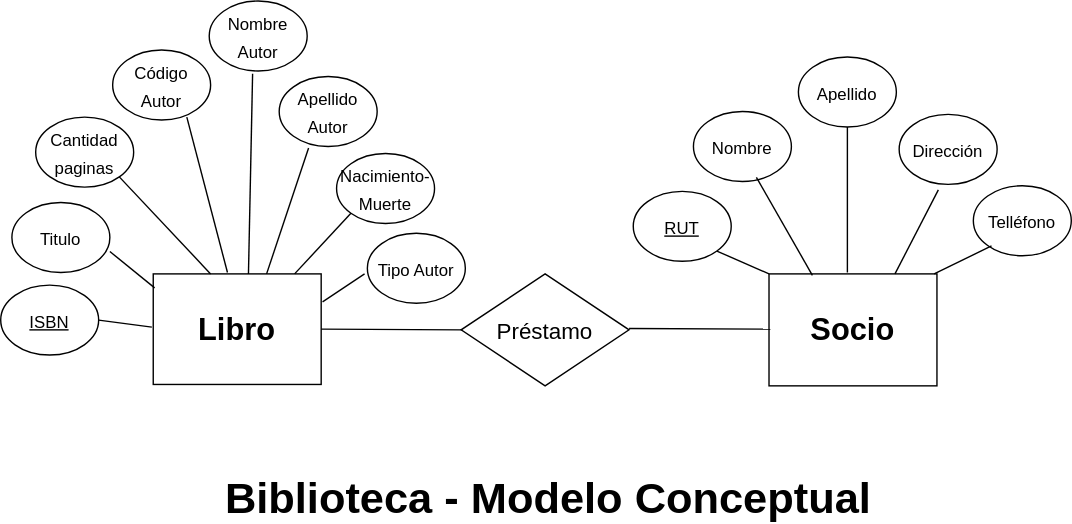
Before: Modelo_conceptual.drawio.svg, a diagram exported from draw.io (marcelomolinamartinez/prueba_biblioteca). Source tidied: cells renumbered, new cells last; positions are measured from the earlier drawing's top-left corner, leaving out a move shared by most shapes. Source of this version:
```xml
<mxGraphModel>
  <root>
    <mxCell id="0" />
    <mxCell id="1" parent="0" />
    <mxCell id="2" value="&lt;h1&gt;&lt;font style=&quot;font-size: 22px&quot;&gt;Libro&lt;/font&gt;&lt;/h1&gt;" style="rounded=0;whiteSpace=wrap;html=1;" parent="1" vertex="1">
      <mxGeometry x="109" y="195" width="120" height="79" as="geometry" />
    </mxCell>
    <mxCell id="3" value="&lt;h1&gt;&lt;font style=&quot;font-size: 22px&quot;&gt;Socio&lt;/font&gt;&lt;/h1&gt;" style="rounded=0;whiteSpace=wrap;html=1;" parent="1" vertex="1">
      <mxGeometry x="549" y="195" width="120" height="80" as="geometry" />
    </mxCell>
    <mxCell id="4" value="&lt;font style=&quot;font-size: 16px&quot;&gt;Préstamo&lt;/font&gt;" style="rhombus;whiteSpace=wrap;html=1;fontSize=22;" parent="1" vertex="1">
      <mxGeometry x="329" y="195" width="120" height="80" as="geometry" />
    </mxCell>
    <mxCell id="5" style="endArrow=none;html=1;rounded=0;fontSize=16;exitX=1;exitY=0.5;exitDx=0;exitDy=0;" parent="1" edge="1" source="2">
      <mxGeometry relative="1" as="geometry">
        <mxPoint x="330" y="235" as="targetPoint" />
      </mxGeometry>
    </mxCell>
    <mxCell id="6" style="endArrow=none;html=1;rounded=0;fontSize=16;exitX=1;exitY=0.5;exitDx=0;exitDy=0;" parent="1" edge="1">
      <mxGeometry relative="1" as="geometry">
        <mxPoint x="449" y="234" as="sourcePoint" />
        <mxPoint x="550" y="234.5" as="targetPoint" />
      </mxGeometry>
    </mxCell>
    <mxCell id="7" value="&lt;u&gt;&lt;font style=&quot;font-size: 12px&quot;&gt;ISBN&lt;/font&gt;&lt;/u&gt;" style="ellipse;whiteSpace=wrap;html=1;fontSize=16;" parent="1" vertex="1">
      <mxGeometry y="203" width="70" height="50" as="geometry" />
    </mxCell>
    <mxCell id="8" value="&lt;font style=&quot;font-size: 12px&quot;&gt;Nombre Autor&lt;/font&gt;" style="ellipse;whiteSpace=wrap;html=1;fontSize=16;" parent="1" vertex="1">
      <mxGeometry x="149" width="70" height="50" as="geometry" />
    </mxCell>
    <mxCell id="9" value="&lt;font style=&quot;font-size: 12px&quot;&gt;Código Autor&lt;/font&gt;" style="ellipse;whiteSpace=wrap;html=1;fontSize=16;" parent="1" vertex="1">
      <mxGeometry x="80" y="35" width="70" height="50" as="geometry" />
    </mxCell>
    <mxCell id="10" style="edgeStyle=orthogonalEdgeStyle;rounded=0;orthogonalLoop=1;jettySize=auto;html=1;exitX=0.5;exitY=1;exitDx=0;exitDy=0;fontSize=12;" parent="1" edge="1">
      <mxGeometry relative="1" as="geometry">
        <mxPoint x="235" y="115" as="sourcePoint" />
        <mxPoint x="235" y="115" as="targetPoint" />
      </mxGeometry>
    </mxCell>
    <mxCell id="11" value="&lt;font style=&quot;font-size: 12px&quot;&gt;Titulo&lt;/font&gt;" style="ellipse;whiteSpace=wrap;html=1;fontSize=16;" parent="1" vertex="1">
      <mxGeometry x="8" y="144" width="70" height="50" as="geometry" />
    </mxCell>
    <mxCell id="12" value="&lt;font style=&quot;font-size: 12px&quot;&gt;Cantidad paginas&lt;/font&gt;" style="ellipse;whiteSpace=wrap;html=1;fontSize=16;" parent="1" vertex="1">
      <mxGeometry x="25" y="83" width="70" height="50" as="geometry" />
    </mxCell>
    <mxCell id="13" value="&lt;font style=&quot;font-size: 12px&quot;&gt;Apellido Autor&lt;/font&gt;" style="ellipse;whiteSpace=wrap;html=1;fontSize=16;" parent="1" vertex="1">
      <mxGeometry x="199" y="54" width="70" height="50" as="geometry" />
    </mxCell>
    <mxCell id="14" value="&lt;font style=&quot;font-size: 12px&quot;&gt;Nacimiento-Muerte&lt;/font&gt;" style="ellipse;whiteSpace=wrap;html=1;fontSize=16;" parent="1" vertex="1">
      <mxGeometry x="240" y="109" width="70" height="50" as="geometry" />
    </mxCell>
    <mxCell id="15" value="&lt;font style=&quot;font-size: 12px&quot;&gt;Tipo Autor&lt;br&gt;&lt;/font&gt;" style="ellipse;whiteSpace=wrap;html=1;fontSize=16;" parent="1" vertex="1">
      <mxGeometry x="262" y="166" width="70" height="50" as="geometry" />
    </mxCell>
    <mxCell id="16" style="endArrow=none;html=1;rounded=0;fontSize=12;entryX=0;entryY=1;entryDx=0;entryDy=0;" parent="1" edge="1" target="14">
      <mxGeometry relative="1" as="geometry">
        <mxPoint x="210" y="195" as="sourcePoint" />
      </mxGeometry>
    </mxCell>
    <mxCell id="17" style="endArrow=none;html=1;rounded=0;fontSize=12;" parent="1" edge="1">
      <mxGeometry relative="1" as="geometry">
        <mxPoint x="190" y="195" as="sourcePoint" />
        <mxPoint x="220" y="105" as="targetPoint" />
      </mxGeometry>
    </mxCell>
    <mxCell id="18" style="endArrow=none;html=1;rounded=0;fontSize=12;exitX=0.567;exitY=0.038;exitDx=0;exitDy=0;exitPerimeter=0;" parent="1" edge="1">
      <mxGeometry relative="1" as="geometry">
        <mxPoint x="177" y="195" as="sourcePoint" />
        <mxPoint x="180" y="52" as="targetPoint" />
      </mxGeometry>
    </mxCell>
    <mxCell id="19" style="endArrow=none;html=1;rounded=0;fontSize=12;entryX=0.757;entryY=1.06;entryDx=0;entryDy=0;entryPerimeter=0;exitX=0.442;exitY=0.051;exitDx=0;exitDy=0;exitPerimeter=0;" parent="1" edge="1">
      <mxGeometry relative="1" as="geometry">
        <mxPoint x="162" y="194" as="sourcePoint" />
        <mxPoint x="133" y="83" as="targetPoint" />
      </mxGeometry>
    </mxCell>
    <mxCell id="20" style="endArrow=none;html=1;rounded=0;fontSize=12;" parent="1" edge="1">
      <mxGeometry relative="1" as="geometry">
        <mxPoint x="230" y="215" as="sourcePoint" />
        <mxPoint x="260" y="195" as="targetPoint" />
      </mxGeometry>
    </mxCell>
    <mxCell id="21" style="endArrow=none;html=1;rounded=0;fontSize=12;entryX=1;entryY=1;entryDx=0;entryDy=0;" parent="1" edge="1" target="12">
      <mxGeometry relative="1" as="geometry">
        <mxPoint x="150" y="195" as="sourcePoint" />
      </mxGeometry>
    </mxCell>
    <mxCell id="22" style="endArrow=none;html=1;rounded=0;fontSize=12;exitX=1;exitY=0.68;exitDx=0;exitDy=0;exitPerimeter=0;" parent="1" edge="1">
      <mxGeometry relative="1" as="geometry">
        <mxPoint x="78" y="179" as="sourcePoint" />
        <mxPoint x="110" y="205" as="targetPoint" />
      </mxGeometry>
    </mxCell>
    <mxCell id="23" style="endArrow=none;html=1;rounded=0;fontSize=12;" parent="1" edge="1">
      <mxGeometry relative="1" as="geometry">
        <mxPoint x="70" y="228" as="sourcePoint" />
        <mxPoint x="108" y="233" as="targetPoint" />
      </mxGeometry>
    </mxCell>
    <mxCell id="24" value="&lt;font style=&quot;font-size: 12px&quot;&gt;&lt;u&gt;RUT&lt;/u&gt;&lt;/font&gt;" style="ellipse;whiteSpace=wrap;html=1;fontSize=16;" parent="1" vertex="1">
      <mxGeometry x="452" y="136" width="70" height="50" as="geometry" />
    </mxCell>
    <mxCell id="25" value="&lt;font style=&quot;font-size: 12px&quot;&gt;Nombre&lt;/font&gt;" style="ellipse;whiteSpace=wrap;html=1;fontSize=16;" parent="1" vertex="1">
      <mxGeometry x="495" y="79" width="70" height="50" as="geometry" />
    </mxCell>
    <mxCell id="26" value="&lt;font style=&quot;font-size: 12px&quot;&gt;Apellido&lt;/font&gt;" style="ellipse;whiteSpace=wrap;html=1;fontSize=16;" parent="1" vertex="1">
      <mxGeometry x="570" y="40" width="70" height="50" as="geometry" />
    </mxCell>
    <mxCell id="27" value="&lt;font style=&quot;font-size: 12px&quot;&gt;Dirección&lt;/font&gt;" style="ellipse;whiteSpace=wrap;html=1;fontSize=16;" parent="1" vertex="1">
      <mxGeometry x="642" y="81" width="70" height="50" as="geometry" />
    </mxCell>
    <mxCell id="28" value="&lt;font style=&quot;font-size: 12px&quot;&gt;Telléfono&lt;/font&gt;" style="ellipse;whiteSpace=wrap;html=1;fontSize=16;" parent="1" vertex="1">
      <mxGeometry x="695" y="132" width="70" height="50" as="geometry" />
    </mxCell>
    <mxCell id="29" style="endArrow=none;html=1;rounded=0;fontSize=12;" parent="1" edge="1">
      <mxGeometry relative="1" as="geometry">
        <mxPoint x="667" y="195" as="sourcePoint" />
        <mxPoint x="708" y="175" as="targetPoint" />
      </mxGeometry>
    </mxCell>
    <mxCell id="30" style="endArrow=none;html=1;rounded=0;fontSize=12;exitX=0.75;exitY=0;exitDx=0;exitDy=0;" parent="1" edge="1" source="3">
      <mxGeometry relative="1" as="geometry">
        <mxPoint x="670" y="135" as="targetPoint" />
      </mxGeometry>
    </mxCell>
    <mxCell id="31" style="endArrow=none;html=1;rounded=0;fontSize=12;entryX=0.5;entryY=1;entryDx=0;entryDy=0;" parent="1" edge="1" target="26">
      <mxGeometry relative="1" as="geometry">
        <mxPoint x="605" y="194" as="sourcePoint" />
      </mxGeometry>
    </mxCell>
    <mxCell id="32" style="endArrow=none;html=1;rounded=0;fontSize=12;" parent="1" edge="1">
      <mxGeometry relative="1" as="geometry">
        <mxPoint x="580" y="196" as="sourcePoint" />
        <mxPoint x="540" y="126" as="targetPoint" />
      </mxGeometry>
    </mxCell>
    <mxCell id="33" style="endArrow=none;html=1;rounded=0;fontSize=12;entryX=1;entryY=1;entryDx=0;entryDy=0;" parent="1" edge="1" target="24">
      <mxGeometry relative="1" as="geometry">
        <mxPoint x="549" y="195" as="sourcePoint" />
      </mxGeometry>
    </mxCell>
    <mxCell id="34" value="&lt;font style=&quot;font-size: 31px&quot;&gt;&lt;b&gt;Biblioteca - Modelo Conceptual&lt;/b&gt;&lt;/font&gt;" style="text;html=1;align=center;verticalAlign=middle;strokeColor=none;fillColor=none;fontSize=12;" parent="1" vertex="1">
      <mxGeometry x="151" y="340" width="480" height="30" as="geometry" />
    </mxCell>
  </root>
</mxGraphModel>
```
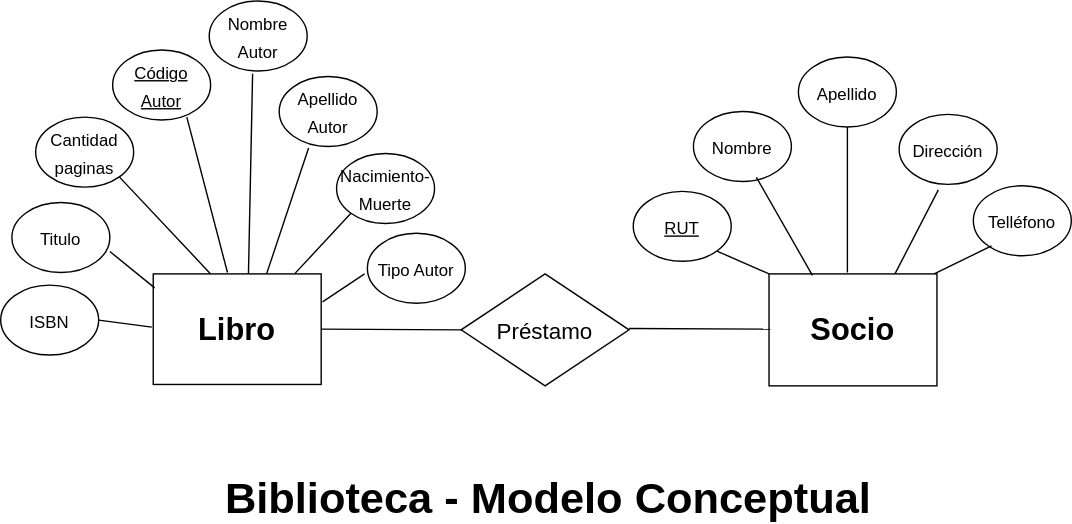
Later version of the same file.

Change to the diagram source:
```diff
@@ -22,13 +22,13 @@
         <mxPoint x="550" y="234.5" as="targetPoint" />
       </mxGeometry>
     </mxCell>
-    <mxCell id="7" value="&lt;u&gt;&lt;font style=&quot;font-size: 12px&quot;&gt;ISBN&lt;/font&gt;&lt;/u&gt;" style="ellipse;whiteSpace=wrap;html=1;fontSize=16;" parent="1" vertex="1">
+    <mxCell id="7" value="&lt;font style=&quot;font-size: 12px&quot;&gt;ISBN&lt;/font&gt;" style="ellipse;whiteSpace=wrap;html=1;fontSize=16;" parent="1" vertex="1">
       <mxGeometry y="203" width="70" height="50" as="geometry" />
     </mxCell>
     <mxCell id="8" value="&lt;font style=&quot;font-size: 12px&quot;&gt;Nombre Autor&lt;/font&gt;" style="ellipse;whiteSpace=wrap;html=1;fontSize=16;" parent="1" vertex="1">
       <mxGeometry x="149" width="70" height="50" as="geometry" />
     </mxCell>
-    <mxCell id="9" value="&lt;font style=&quot;font-size: 12px&quot;&gt;Código Autor&lt;/font&gt;" style="ellipse;whiteSpace=wrap;html=1;fontSize=16;" parent="1" vertex="1">
+    <mxCell id="9" value="&lt;font style=&quot;font-size: 12px&quot;&gt;&lt;u&gt;Código Autor&lt;/u&gt;&lt;/font&gt;" style="ellipse;whiteSpace=wrap;html=1;fontSize=16;" parent="1" vertex="1">
       <mxGeometry x="80" y="35" width="70" height="50" as="geometry" />
     </mxCell>
     <mxCell id="10" style="edgeStyle=orthogonalEdgeStyle;rounded=0;orthogonalLoop=1;jettySize=auto;html=1;exitX=0.5;exitY=1;exitDx=0;exitDy=0;fontSize=12;" parent="1" edge="1">
```
